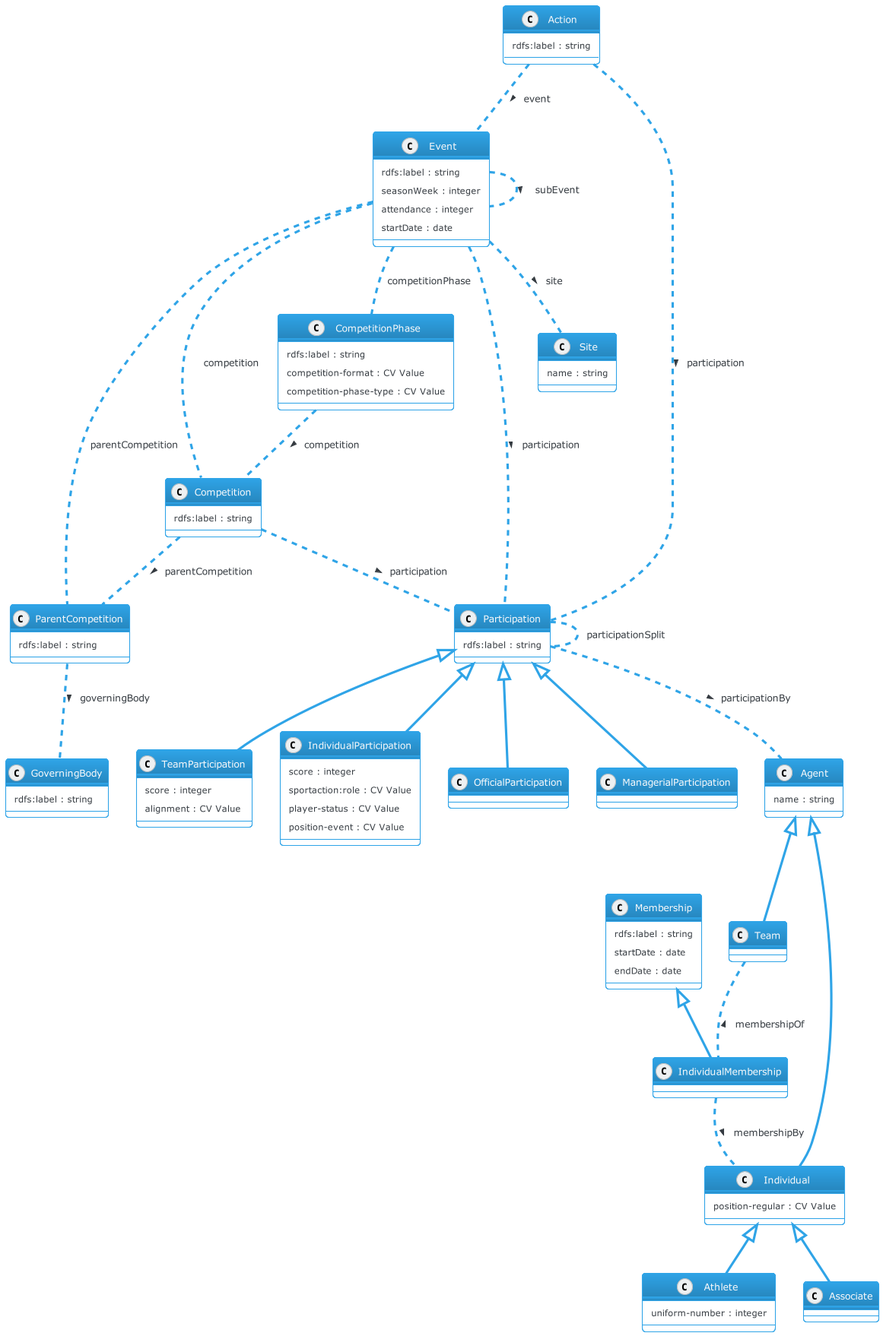
Above: docs/diagrams/iptc-sport-model.png in iptc/sport-schema (PlantUML), before the change.
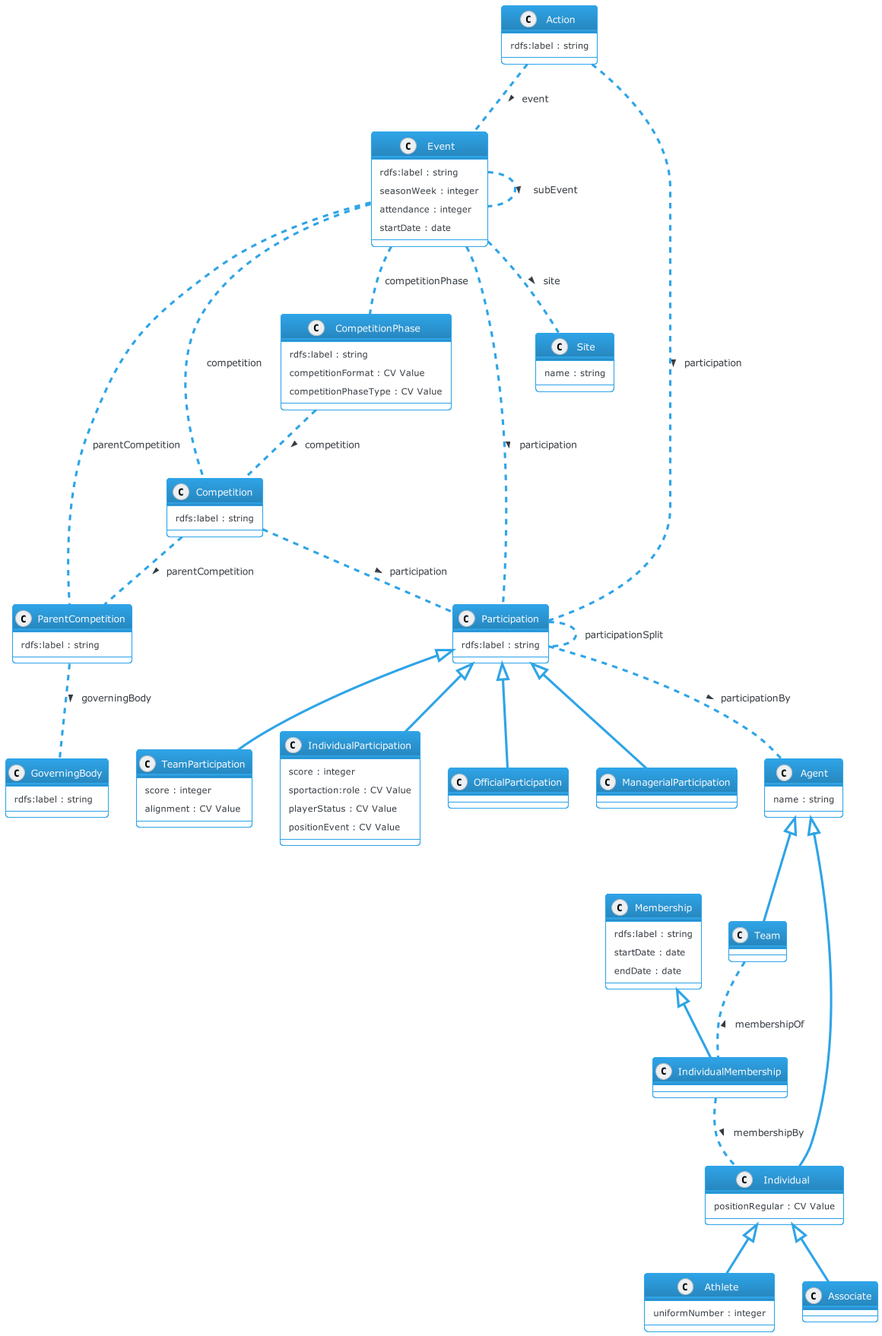
The same file after the commit.

Commit message:
Changed some property names in the diagram that I had missed - more on #58

Diff of the diagram source:
```diff
@@ -16,8 +16,8 @@
 
 class CompetitionPhase {
   rdfs:label : string
-  competition-format : CV Value
-  competition-phase-type : CV Value
+  competitionFormat : CV Value
+  competitionPhaseType : CV Value
 }
 
 class Event {
@@ -45,8 +45,8 @@
 class IndividualParticipation {
   score : integer
   sportaction:role : CV Value
-  player-status : CV Value
-  position-event : CV Value
+  playerStatus : CV Value
+  positionEvent : CV Value
 }
 
 Participation <|-- OfficialParticipation
@@ -74,12 +74,12 @@
 
 Agent <|-- Individual
 class Individual {
-  position-regular : CV Value
+  positionRegular : CV Value
 }
 
 Individual <|-- Athlete
 class Athlete {
-  uniform-number : integer
+  uniformNumber : integer
 }
 
 Individual <|-- Associate
```
